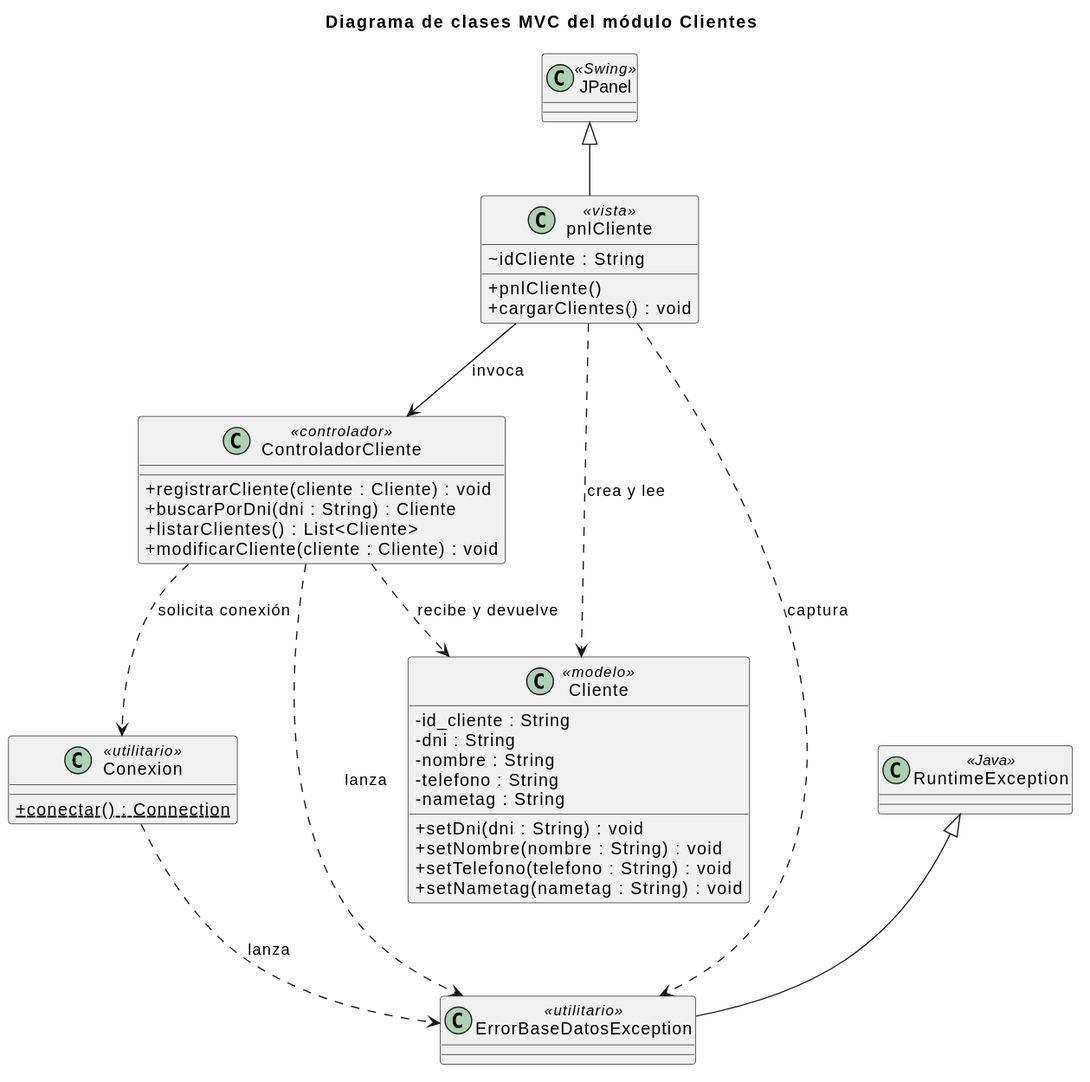
This is docs/diseño del sistema/clases UML/cliente.svg from Shendev007/ProyectoPOO-Gamecenter, a PlantUML export, as it was before one commit. The source it was exported from:
```plantuml
@startuml
skinparam classAttributeIconSize 0
title Diagrama de clases MVC del módulo Clientes

class JPanel <<Swing>>

class pnlCliente <<vista>> {
    ~idCliente : String
    +pnlCliente()
    +cargarClientes() : void
}

class ControladorCliente <<controlador>> {
    +registrarCliente(cliente : Cliente) : void
    +buscarPorDni(dni : String) : Cliente
    +listarClientes() : List<Cliente>
    +modificarCliente(cliente : Cliente) : void
}

class Cliente <<modelo>> {
    -id_cliente : String
    -dni : String
    -nombre : String
    -telefono : String
    -nametag : String
    +setDni(dni : String) : void
    +setNombre(nombre : String) : void
    +setTelefono(telefono : String) : void
    +setNametag(nametag : String) : void
}

JPanel <|-- pnlCliente
pnlCliente --> ControladorCliente : invoca
pnlCliente ..> Cliente : crea y lee
ControladorCliente ..> Cliente : recibe y devuelve

class RuntimeException <<Java>>

class ErrorBaseDatosException <<utilitario>>

class Conexion <<utilitario>> {
    {static} +conectar() : Connection
}

ControladorCliente ..> Conexion : solicita conexión
Conexion ..> ErrorBaseDatosException : lanza

RuntimeException <|-- ErrorBaseDatosException
ControladorCliente ..> ErrorBaseDatosException : lanza
pnlCliente ..> ErrorBaseDatosException : captura
@enduml
```
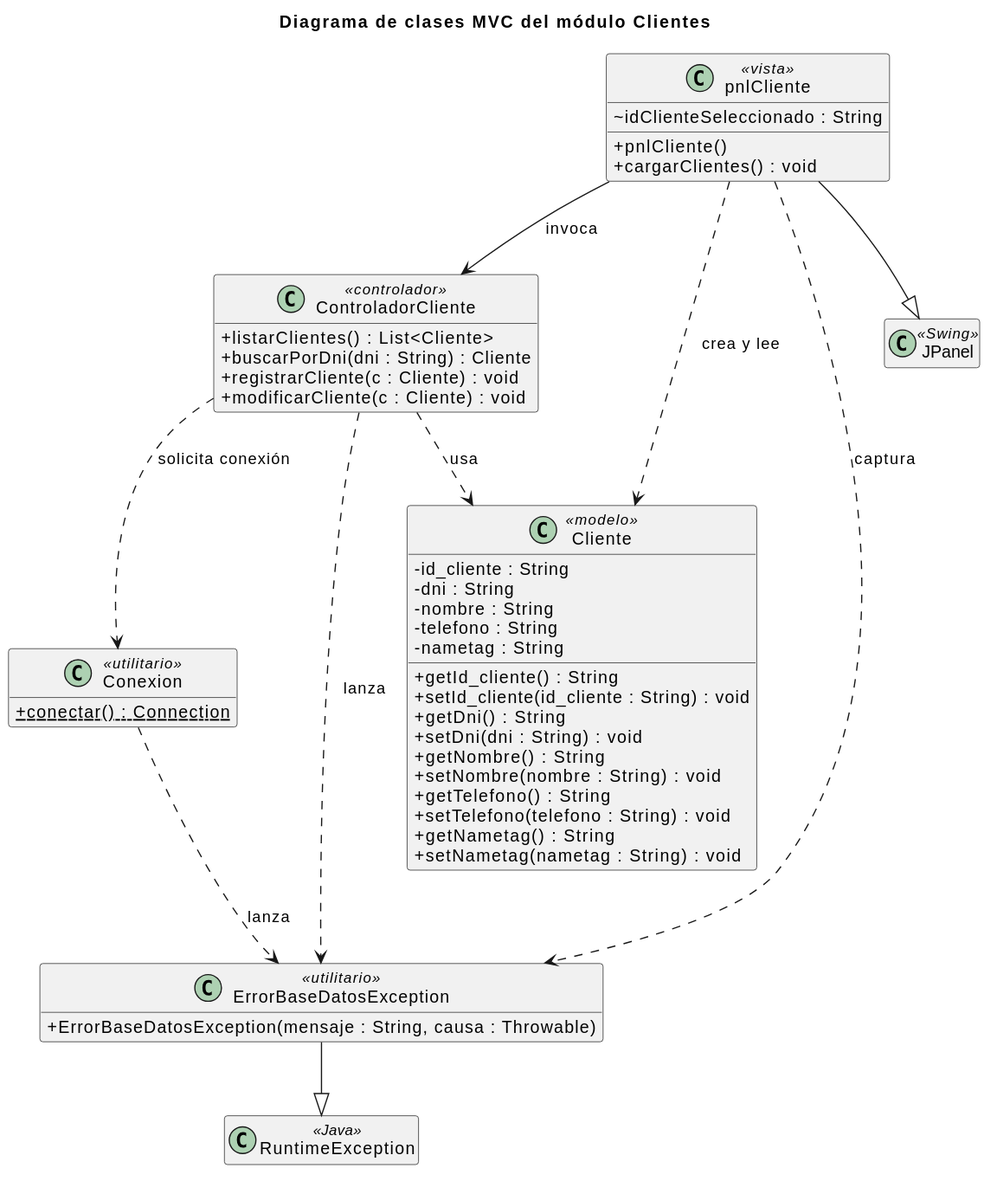
After the change.

Commit message:
Se actualizaron los UML

What changed in the source:
```diff
@@ -1,51 +1,52 @@
 @startuml
+title Diagrama de clases MVC del módulo Clientes
 skinparam classAttributeIconSize 0
-title Diagrama de clases MVC del módulo Clientes
-
-class JPanel <<Swing>>
-
+hide empty members
 class pnlCliente <<vista>> {
-    ~idCliente : String
-    +pnlCliente()
-    +cargarClientes() : void
+  ~idClienteSeleccionado : String
+  +pnlCliente()
+  +cargarClientes() : void
 }
-
 class ControladorCliente <<controlador>> {
-    +registrarCliente(cliente : Cliente) : void
-    +buscarPorDni(dni : String) : Cliente
-    +listarClientes() : List<Cliente>
-    +modificarCliente(cliente : Cliente) : void
+  +listarClientes() : List<Cliente>
+  +buscarPorDni(dni : String) : Cliente
+  +registrarCliente(c : Cliente) : void
+  +modificarCliente(c : Cliente) : void
 }
-
 class Cliente <<modelo>> {
-    -id_cliente : String
-    -dni : String
-    -nombre : String
-    -telefono : String
-    -nametag : String
-    +setDni(dni : String) : void
-    +setNombre(nombre : String) : void
-    +setTelefono(telefono : String) : void
-    +setNametag(nametag : String) : void
+  -id_cliente : String
+  -dni : String
+  -nombre : String
+  -telefono : String
+  -nametag : String
+  +getId_cliente() : String
+  +setId_cliente(id_cliente : String) : void
+  +getDni() : String
+  +setDni(dni : String) : void
+  +getNombre() : String
+  +setNombre(nombre : String) : void
+  +getTelefono() : String
+  +setTelefono(telefono : String) : void
+  +getNametag() : String
+  +setNametag(nametag : String) : void
 }
-
-JPanel <|-- pnlCliente
+class Conexion <<utilitario>> {
+  {static} +conectar() : Connection
+}
+class ErrorBaseDatosException <<utilitario>> {
+  +ErrorBaseDatosException(mensaje : String, causa : Throwable)
+}
+class JPanel <<Swing>> {
+}
+class RuntimeException <<Java>> {
+}
+pnlCliente --|> JPanel
 pnlCliente --> ControladorCliente : invoca
-pnlCliente ..> Cliente : crea y lee
-ControladorCliente ..> Cliente : recibe y devuelve
-
-class RuntimeException <<Java>>
-
-class ErrorBaseDatosException <<utilitario>>
-
-class Conexion <<utilitario>> {
-    {static} +conectar() : Connection
-}
-
 ControladorCliente ..> Conexion : solicita conexión
 Conexion ..> ErrorBaseDatosException : lanza
-
-RuntimeException <|-- ErrorBaseDatosException
 ControladorCliente ..> ErrorBaseDatosException : lanza
 pnlCliente ..> ErrorBaseDatosException : captura
+ErrorBaseDatosException --|> RuntimeException
+ControladorCliente ..> Cliente : usa
+pnlCliente ..> Cliente : crea y lee
 @enduml
```
